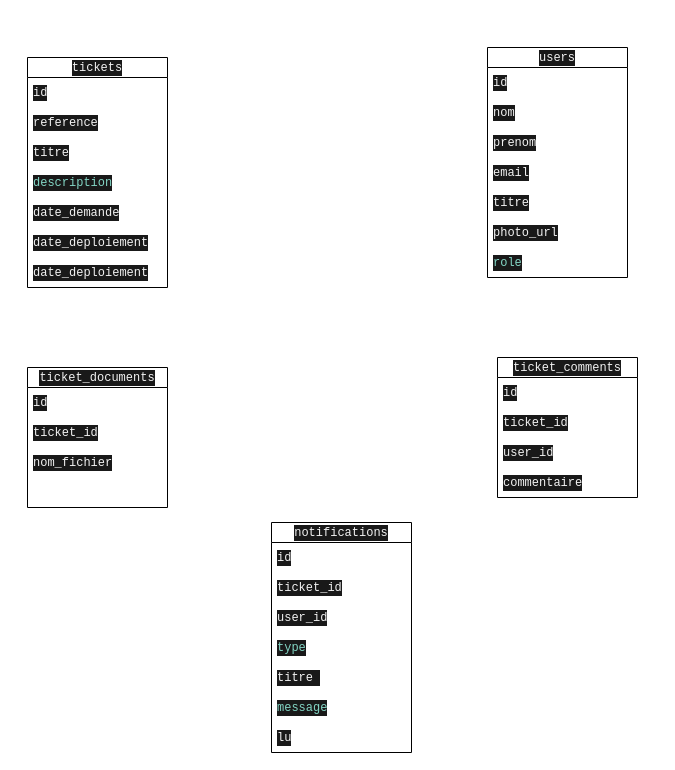
Before: mcd quiz/Diagramme sans nom.drawio in Maminjatovo/MCD, a draw.io diagram. Source tidied: cells renumbered, new cells numbered last; positions are measured from the earlier drawing's top-left corner, leaving out a move shared by most shapes. Both pictures are drawn from the tidied source at 100%, with x=0, y=0 at pixel (27, 47).
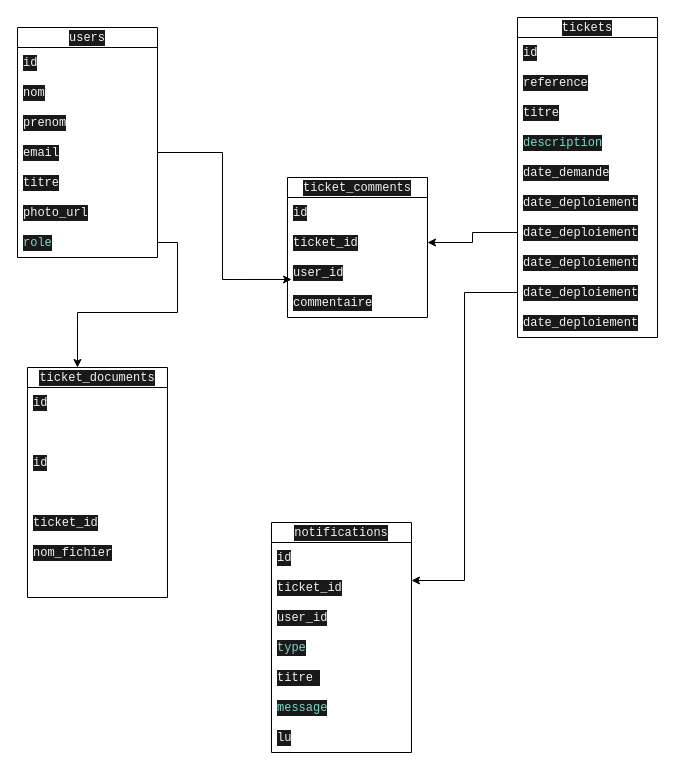
The same page after the edit.

Commit message (it also covers changes not shown here):
Mettre à jour Diagramme sans nom.drawio

The change refers to these unchanged cells:
```xml
<mxCell id="14" value="&lt;div style=&quot;color: rgb(243, 243, 243); background-color: rgb(25, 25, 25); font-family: Consolas, &amp;quot;Courier New&amp;quot;, monospace; line-height: 16px; white-space: pre;&quot;&gt;&lt;div style=&quot;color: rgb(243, 243, 243); background-color: rgb(25, 25, 25); line-height: 16px;&quot;&gt;email&lt;/div&gt;&lt;/div&gt;" style="text;strokeColor=none;fillColor=none;align=left;verticalAlign=middle;spacingLeft=4;spacingRight=4;overflow=hidden;points=[[0,0.5],[1,0.5]];portConstraint=eastwest;whiteSpace=wrap;html=1;" parent="10" vertex="1">
  <mxGeometry y="110" width="140" height="30" as="geometry" />
</mxCell>
<mxCell id="17" value="&lt;div style=&quot;color: rgb(243, 243, 243); background-color: rgb(25, 25, 25); font-family: Consolas, &amp;quot;Courier New&amp;quot;, monospace; line-height: 16px; white-space: pre;&quot;&gt;&lt;div style=&quot;color: rgb(243, 243, 243); background-color: rgb(25, 25, 25); line-height: 16px;&quot;&gt;&lt;div style=&quot;color: rgb(243, 243, 243); background-color: rgb(25, 25, 25); line-height: 16px;&quot;&gt;&lt;span style=&quot;color: #83d6c5;&quot;&gt;role&lt;/span&gt;&lt;/div&gt;&lt;/div&gt;&lt;/div&gt;" style="text;strokeColor=none;fillColor=none;align=left;verticalAlign=middle;spacingLeft=4;spacingRight=4;overflow=hidden;points=[[0,0.5],[1,0.5]];portConstraint=eastwest;whiteSpace=wrap;html=1;" parent="10" vertex="1">
  <mxGeometry y="200" width="140" height="30" as="geometry" />
</mxCell>
<mxCell id="25" value="&lt;div style=&quot;color: rgb(243, 243, 243); background-color: rgb(25, 25, 25); font-family: Consolas, &amp;quot;Courier New&amp;quot;, monospace; line-height: 16px; white-space: pre;&quot;&gt;&lt;div style=&quot;color: rgb(243, 243, 243); background-color: rgb(25, 25, 25); line-height: 16px;&quot;&gt;ticket_id&lt;/div&gt;&lt;/div&gt;" style="text;strokeColor=none;fillColor=none;align=left;verticalAlign=middle;spacingLeft=4;spacingRight=4;overflow=hidden;points=[[0,0.5],[1,0.5]];portConstraint=eastwest;whiteSpace=wrap;html=1;" parent="23" vertex="1">
  <mxGeometry y="50" width="140" height="30" as="geometry" />
</mxCell>
<mxCell id="26" value="&lt;div style=&quot;color: rgb(243, 243, 243); background-color: rgb(25, 25, 25); font-family: Consolas, &amp;quot;Courier New&amp;quot;, monospace; line-height: 16px; white-space: pre;&quot;&gt;&lt;div style=&quot;color: rgb(243, 243, 243); background-color: rgb(25, 25, 25); line-height: 16px;&quot;&gt;user_id&lt;/div&gt;&lt;/div&gt;" style="text;strokeColor=none;fillColor=none;align=left;verticalAlign=middle;spacingLeft=4;spacingRight=4;overflow=hidden;points=[[0,0.5],[1,0.5]];portConstraint=eastwest;whiteSpace=wrap;html=1;" parent="23" vertex="1">
  <mxGeometry y="80" width="140" height="30" as="geometry" />
</mxCell>
<mxCell id="30" value="&lt;div style=&quot;color: rgb(243, 243, 243); background-color: rgb(25, 25, 25); font-family: Consolas, &amp;quot;Courier New&amp;quot;, monospace; line-height: 16px; white-space: pre;&quot;&gt;&lt;div style=&quot;color: rgb(243, 243, 243); background-color: rgb(25, 25, 25); line-height: 16px;&quot;&gt;&lt;div style=&quot;color: rgb(243, 243, 243); background-color: rgb(25, 25, 25); line-height: 16px;&quot;&gt;&lt;div style=&quot;color: rgb(243, 243, 243); background-color: rgb(25, 25, 25); line-height: 16px;&quot;&gt;ticket_id&lt;/div&gt;&lt;/div&gt;&lt;/div&gt;&lt;/div&gt;" style="text;strokeColor=none;fillColor=none;align=left;verticalAlign=middle;spacingLeft=4;spacingRight=4;overflow=hidden;points=[[0,0.5],[1,0.5]];portConstraint=eastwest;whiteSpace=wrap;html=1;" parent="28" vertex="1">
  <mxGeometry y="50" width="140" height="30" as="geometry" />
</mxCell>
```

What changed in the source:
```diff
@@
     <mxCell id="2" value="&lt;div style=&quot;color: rgb(243, 243, 243); background-color: rgb(25, 25, 25); font-family: Consolas, &amp;quot;Courier New&amp;quot;, monospace; line-height: 16px; white-space: pre;&quot;&gt;tickets&lt;/div&gt;" style="swimlane;fontStyle=0;horizontal=1;startSize=20;whiteSpace=wrap;html=1;" parent="1" vertex="1">
-      <mxGeometry y="10" width="140" height="230" as="geometry" />
+      <mxGeometry x="490" y="-30" width="140" height="320" as="geometry" />
     </mxCell>
@@
+    <mxCell id="36" value="&lt;div style=&quot;color: rgb(243, 243, 243); background-color: rgb(25, 25, 25); font-family: Consolas, &amp;quot;Courier New&amp;quot;, monospace; line-height: 16px; white-space: pre;&quot;&gt;&lt;div style=&quot;color: rgb(243, 243, 243); background-color: rgb(25, 25, 25); line-height: 16px;&quot;&gt;date_deploiement&lt;/div&gt;&lt;/div&gt;" style="text;strokeColor=none;fillColor=none;align=left;verticalAlign=middle;spacingLeft=4;spacingRight=4;overflow=hidden;points=[[0,0.5],[1,0.5]];portConstraint=eastwest;whiteSpace=wrap;html=1;" parent="2" vertex="1">
+      <mxGeometry y="200" width="140" height="30" as="geometry" />
+    </mxCell>
+    <mxCell id="37" value="&lt;div style=&quot;color: rgb(243, 243, 243); background-color: rgb(25, 25, 25); font-family: Consolas, &amp;quot;Courier New&amp;quot;, monospace; line-height: 16px; white-space: pre;&quot;&gt;&lt;div style=&quot;color: rgb(243, 243, 243); background-color: rgb(25, 25, 25); line-height: 16px;&quot;&gt;date_deploiement&lt;/div&gt;&lt;/div&gt;" style="text;strokeColor=none;fillColor=none;align=left;verticalAlign=middle;spacingLeft=4;spacingRight=4;overflow=hidden;whiteSpace=wrap;html=1;" parent="2" vertex="1">
+      <mxGeometry y="230" width="140" height="30" as="geometry" />
+    </mxCell>
+    <mxCell id="38" value="&lt;div style=&quot;color: rgb(243, 243, 243); background-color: rgb(25, 25, 25); font-family: Consolas, &amp;quot;Courier New&amp;quot;, monospace; line-height: 16px; white-space: pre;&quot;&gt;&lt;div style=&quot;color: rgb(243, 243, 243); background-color: rgb(25, 25, 25); line-height: 16px;&quot;&gt;date_deploiement&lt;/div&gt;&lt;/div&gt;" style="text;strokeColor=none;fillColor=none;align=left;verticalAlign=middle;spacingLeft=4;spacingRight=4;overflow=hidden;points=[[0,0.5],[1,0.5]];portConstraint=eastwest;whiteSpace=wrap;html=1;" parent="2" vertex="1">
+      <mxGeometry y="260" width="140" height="30" as="geometry" />
+    </mxCell>
     <mxCell id="9" value="&lt;div style=&quot;color: rgb(243, 243, 243); background-color: rgb(25, 25, 25); font-family: Consolas, &amp;quot;Courier New&amp;quot;, monospace; line-height: 16px; white-space: pre;&quot;&gt;&lt;div style=&quot;color: rgb(243, 243, 243); background-color: rgb(25, 25, 25); line-height: 16px;&quot;&gt;date_deploiement&lt;/div&gt;&lt;/div&gt;" style="text;strokeColor=none;fillColor=none;align=left;verticalAlign=middle;spacingLeft=4;spacingRight=4;overflow=hidden;whiteSpace=wrap;html=1;" parent="2" vertex="1">
-      <mxGeometry y="200" width="140" height="30" as="geometry" />
+      <mxGeometry y="290" width="140" height="30" as="geometry" />
     </mxCell>
     <mxCell id="10" value="&lt;div style=&quot;color: rgb(243, 243, 243); background-color: rgb(25, 25, 25); font-family: Consolas, &amp;quot;Courier New&amp;quot;, monospace; line-height: 16px; white-space: pre;&quot;&gt;&lt;div style=&quot;color: rgb(243, 243, 243); background-color: rgb(25, 25, 25); line-height: 16px;&quot;&gt;users&lt;/div&gt;&lt;/div&gt;" style="swimlane;fontStyle=0;horizontal=1;startSize=20;whiteSpace=wrap;html=1;" parent="1" vertex="1">
-      <mxGeometry x="460" width="140" height="230" as="geometry" />
+      <mxGeometry x="-10" y="-20" width="140" height="230" as="geometry" />
     </mxCell>
@@
     <mxCell id="18" value="&lt;div style=&quot;color: rgb(243, 243, 243); background-color: rgb(25, 25, 25); font-family: Consolas, &amp;quot;Courier New&amp;quot;, monospace; line-height: 16px; white-space: pre;&quot;&gt;&lt;div style=&quot;color: rgb(243, 243, 243); background-color: rgb(25, 25, 25); line-height: 16px;&quot;&gt;ticket_documents&lt;/div&gt;&lt;/div&gt;" style="swimlane;fontStyle=0;horizontal=1;startSize=20;whiteSpace=wrap;html=1;" parent="1" vertex="1">
-      <mxGeometry y="320" width="140" height="140" as="geometry" />
+      <mxGeometry y="320" width="140" height="230" as="geometry" />
     </mxCell>
@@
+    <mxCell id="39" value="&lt;div style=&quot;color: rgb(243, 243, 243); background-color: rgb(25, 25, 25); font-family: Consolas, &amp;quot;Courier New&amp;quot;, monospace; line-height: 16px; white-space: pre;&quot;&gt;id&lt;/div&gt;" style="text;strokeColor=none;fillColor=none;align=left;verticalAlign=middle;spacingLeft=4;spacingRight=4;overflow=hidden;whiteSpace=wrap;html=1;" parent="18" vertex="1">
+      <mxGeometry y="50" width="140" height="90" as="geometry" />
+    </mxCell>
     <mxCell id="20" value="&lt;div style=&quot;color: rgb(243, 243, 243); background-color: rgb(25, 25, 25); font-family: Consolas, &amp;quot;Courier New&amp;quot;, monospace; line-height: 16px; white-space: pre;&quot;&gt;&lt;div style=&quot;color: rgb(243, 243, 243); background-color: rgb(25, 25, 25); line-height: 16px;&quot;&gt;ticket_id&lt;/div&gt;&lt;/div&gt;" style="text;strokeColor=none;fillColor=none;align=left;verticalAlign=middle;spacingLeft=4;spacingRight=4;overflow=hidden;whiteSpace=wrap;html=1;" parent="18" vertex="1">
-      <mxGeometry y="50" width="140" height="30" as="geometry" />
+      <mxGeometry y="140" width="140" height="30" as="geometry" />
     </mxCell>
     <mxCell id="21" value="&lt;div style=&quot;color: rgb(243, 243, 243); background-color: rgb(25, 25, 25); font-family: Consolas, &amp;quot;Courier New&amp;quot;, monospace; line-height: 16px; white-space: pre;&quot;&gt;&lt;div style=&quot;color: rgb(243, 243, 243); background-color: rgb(25, 25, 25); line-height: 16px;&quot;&gt;nom_fichier&lt;/div&gt;&lt;/div&gt;" style="text;strokeColor=none;fillColor=none;align=left;verticalAlign=middle;spacingLeft=4;spacingRight=4;overflow=hidden;whiteSpace=wrap;html=1;" parent="18" vertex="1">
-      <mxGeometry y="80" width="140" height="30" as="geometry" />
+      <mxGeometry y="170" width="140" height="30" as="geometry" />
     </mxCell>
     <mxCell id="22" value="&lt;div style=&quot;color: rgb(243, 243, 243); background-color: rgb(25, 25, 25); font-family: Consolas, &amp;quot;Courier New&amp;quot;, monospace; line-height: 16px; white-space: pre;&quot;&gt;&lt;br&gt;&lt;/div&gt;" style="text;strokeColor=none;fillColor=none;align=left;verticalAlign=middle;spacingLeft=4;spacingRight=4;overflow=hidden;whiteSpace=wrap;html=1;" parent="18" vertex="1">
-      <mxGeometry y="110" width="140" height="30" as="geometry" />
+      <mxGeometry y="200" width="140" height="30" as="geometry" />
     </mxCell>
     <mxCell id="23" value="&lt;div style=&quot;color: rgb(243, 243, 243); background-color: rgb(25, 25, 25); font-family: Consolas, &amp;quot;Courier New&amp;quot;, monospace; line-height: 16px; white-space: pre;&quot;&gt;&lt;div style=&quot;color: rgb(243, 243, 243); background-color: rgb(25, 25, 25); line-height: 16px;&quot;&gt;ticket_comments&lt;/div&gt;&lt;/div&gt;" style="swimlane;fontStyle=0;horizontal=1;startSize=20;whiteSpace=wrap;html=1;" parent="1" vertex="1">
-      <mxGeometry x="470" y="310" width="140" height="140" as="geometry" />
+      <mxGeometry x="260" y="130" width="140" height="140" as="geometry" />
     </mxCell>
@@
+    <mxCell id="40" style="edgeStyle=orthogonalEdgeStyle;rounded=0;jettySize=auto;html=1;entryX=1;entryY=0.267;entryDx=0;entryDy=0;entryPerimeter=0;" parent="1" edge="1" source="38" target="30">
+      <mxGeometry relative="1" as="geometry" />
+    </mxCell>
+    <mxCell id="41" style="edgeStyle=orthogonalEdgeStyle;rounded=0;jettySize=auto;html=1;entryX=1;entryY=0.5;entryDx=0;entryDy=0;" parent="1" edge="1" source="36" target="25">
+      <mxGeometry relative="1" as="geometry" />
+    </mxCell>
+    <mxCell id="42" style="edgeStyle=orthogonalEdgeStyle;rounded=0;jettySize=auto;html=1;exitX=1;exitY=0.5;exitDx=0;exitDy=0;entryX=0.029;entryY=0.733;entryDx=0;entryDy=0;entryPerimeter=0;" parent="1" edge="1" source="14" target="26">
+      <mxGeometry relative="1" as="geometry" />
+    </mxCell>
+    <mxCell id="43" style="edgeStyle=orthogonalEdgeStyle;rounded=0;jettySize=auto;html=1;entryX=0.357;entryY=0;entryDx=0;entryDy=0;entryPerimeter=0;" parent="1" edge="1" source="17" target="18">
+      <mxGeometry relative="1" as="geometry" />
+    </mxCell>
```
